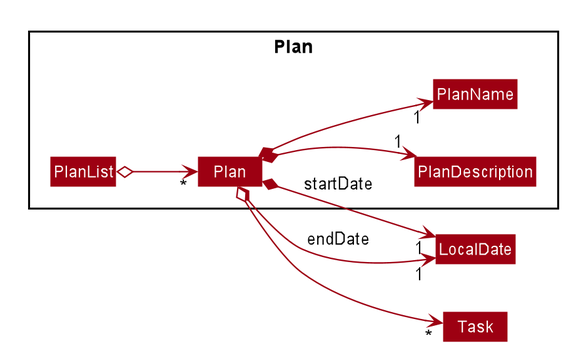
nus-cs2103-AY1920S1/addressbook-level3 keeps this PlantUML diagram as docs/images/design/model/PlanPackageDiagram.png. Above is the earlier version.
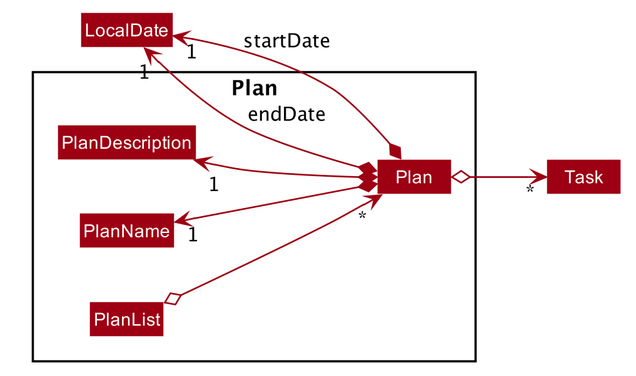
The same diagram one commit later.

Diff of the diagram source:
```diff
@@ -62,10 +62,10 @@
     Class PlanName
 }
 
-Plan *--> "1" PlanName
-Plan *--> "1" PlanDescription
-Plan *--> "1" LocalDate : startDate
-Plan *--> "1" LocalDate : endDate
+Plan *-up-> "1" PlanName
+Plan *-up-> "1" PlanDescription
+Plan *-up-> "1" LocalDate : startDate
+Plan *-up-> "1" LocalDate : endDate
 Plan o--> "*" Task
 PlanList o--> "*" Plan
 
```
